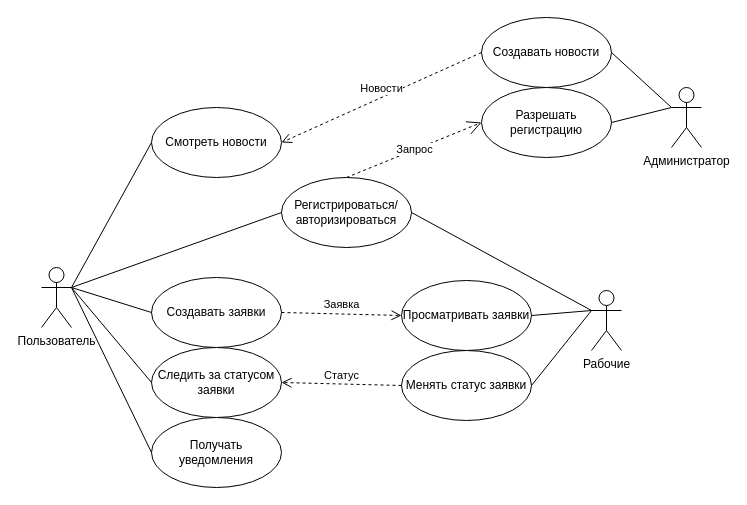
Earlier version of the draw.io diagram diagrams/use_case_diagram.drawio (ArthurDavletov/ufanet_practice_zheu). Source tidied: cells renumbered, new cells numbered last; positions are measured from the earlier drawing's top-left corner, leaving out a move shared by most shapes. Both pictures are drawn from the tidied source at 100%, with x=0, y=0 at pixel (41, 17).
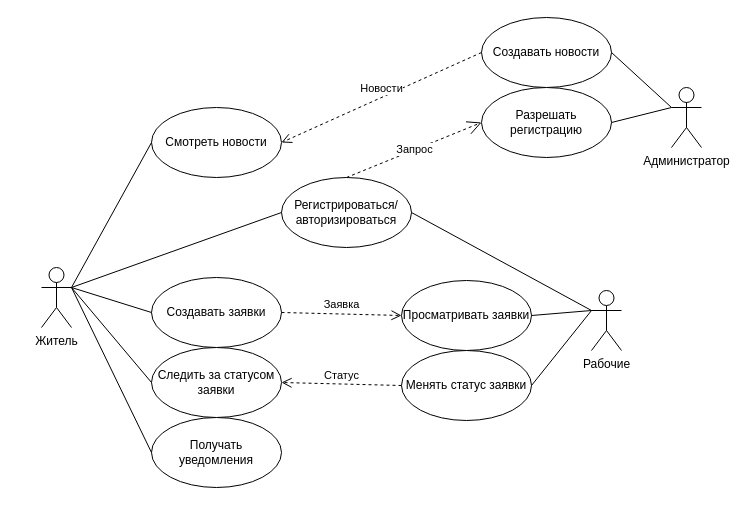
The same diagram, later.

Commit message:
Пользователя лучше назвать жителем

Diff of the diagram source:
```diff
@@
-    <mxCell id="2" value="Пользователь" style="shape=umlActor;verticalLabelPosition=bottom;verticalAlign=top;html=1;" parent="1" vertex="1">
+    <mxCell id="2" value="Житель" style="shape=umlActor;verticalLabelPosition=bottom;verticalAlign=top;html=1;" parent="1" vertex="1">
       <mxGeometry y="250" width="30" height="60" as="geometry" />
     </mxCell>
```
